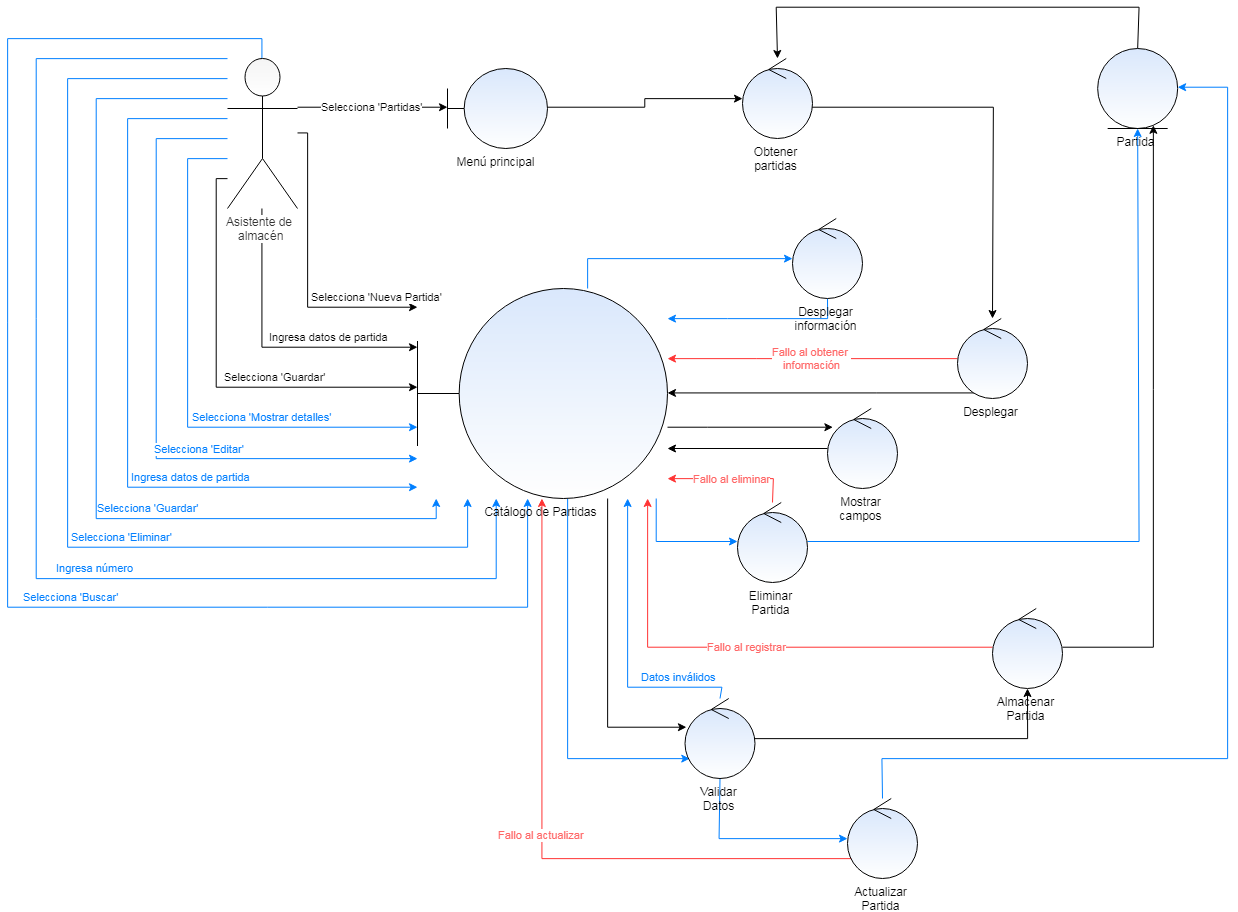
The draw.io diagram documentacion/Diagramas de robustez/CU-07.png in ipe-ver/sipever, before a commit. Source tidied: cells renumbered, new cells last; positions are measured from the earlier drawing's top-left corner, leaving out a move shared by most shapes.
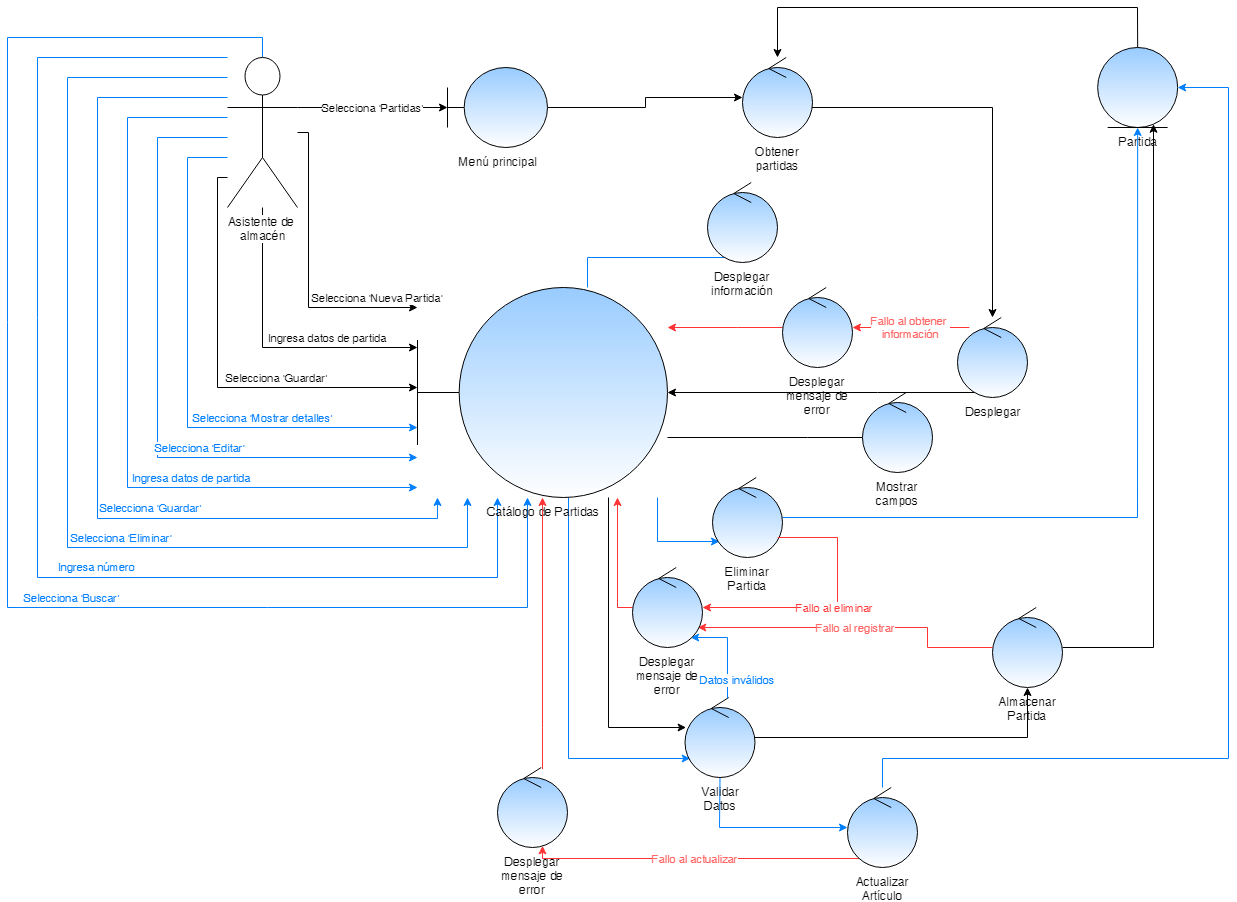
After the commit.

What changed in the source:
```diff
@@ -96,13 +96,13 @@
         </Array>
       </mxGeometry>
     </mxCell>
-    <mxCell id="13" value="Asistente de&amp;nbsp;&lt;br&gt;almacén" style="shape=umlActor;verticalLabelPosition=bottom;labelBackgroundColor=#ffffff;verticalAlign=top;html=1;outlineConnect=0;fillColor=#f5f5f5;strokeColor=#000000;fontColor=#333333;gradientColor=#ffffff;" parent="1" vertex="1">
+    <mxCell id="13" value="Asistente de&amp;nbsp;&lt;br&gt;almacén" style="shape=umlActor;verticalLabelPosition=bottom;labelBackgroundColor=#ffffff;verticalAlign=top;html=1;outlineConnect=0;" parent="1" vertex="1">
       <mxGeometry x="220" y="50" width="70" height="150" as="geometry" />
     </mxCell>
     <mxCell id="14" style="edgeStyle=orthogonalEdgeStyle;rounded=0;jettySize=auto;html=1;" parent="1" edge="1" source="15" target="37">
       <mxGeometry relative="1" as="geometry" />
     </mxCell>
-    <mxCell id="15" value="Menú principal" style="shape=umlBoundary;whiteSpace=wrap;html=1;fillColor=#dae8fc;strokeColor=#000000;labelPosition=center;verticalLabelPosition=bottom;align=center;verticalAlign=top;gradientColor=#ffffff;" parent="1" vertex="1">
+    <mxCell id="15" value="Menú principal" style="shape=umlBoundary;whiteSpace=wrap;html=1;fillColor=#99CCFF;strokeColor=#000000;labelPosition=center;verticalLabelPosition=bottom;align=center;verticalAlign=top;gradientColor=#ffffff;" parent="1" vertex="1">
       <mxGeometry x="440" y="60" width="100" height="80" as="geometry" />
     </mxCell>
     <mxCell id="16" style="edgeStyle=orthogonalEdgeStyle;rounded=0;jettySize=auto;html=1;" parent="1" edge="1" source="37" target="19">
@@ -120,22 +120,14 @@
         </Array>
       </mxGeometry>
     </mxCell>
-    <mxCell id="18" value="Fallo al obtener&amp;nbsp;&lt;br&gt;información" style="edgeStyle=orthogonalEdgeStyle;rounded=0;jettySize=auto;html=1;strokeColor=#FF3333;fontColor=#FF6666;" parent="1" edge="1" source="19" target="25">
-      <mxGeometry relative="1" as="geometry">
-        <Array as="points">
-          <mxPoint x="750" y="351" />
-          <mxPoint x="750" y="351" />
-        </Array>
-      </mxGeometry>
-    </mxCell>
-    <mxCell id="19" value="Desplegar" style="ellipse;shape=umlControl;whiteSpace=wrap;html=1;fillColor=#dae8fc;strokeColor=#000000;labelPosition=center;verticalLabelPosition=bottom;align=center;verticalAlign=top;gradientColor=#ffffff;" parent="1" vertex="1">
+    <mxCell id="19" value="Desplegar" style="ellipse;shape=umlControl;whiteSpace=wrap;html=1;fillColor=#99CCFF;strokeColor=#000000;labelPosition=center;verticalLabelPosition=bottom;align=center;verticalAlign=top;gradientColor=#ffffff;" parent="1" vertex="1">
       <mxGeometry x="950" y="310" width="70" height="80" as="geometry" />
     </mxCell>
-    <mxCell id="20" style="edgeStyle=orthogonalEdgeStyle;rounded=0;jettySize=auto;html=1;" parent="1" edge="1" source="25" target="27">
+    <mxCell id="20" style="edgeStyle=orthogonalEdgeStyle;rounded=0;jettySize=auto;html=1;endArrow=none;endFill=0;" parent="1" edge="1" source="25" target="27">
       <mxGeometry relative="1" as="geometry">
         <Array as="points">
-          <mxPoint x="700" y="420" />
-          <mxPoint x="700" y="420" />
+          <mxPoint x="800" y="430" />
+          <mxPoint x="800" y="430" />
         </Array>
       </mxGeometry>
     </mxCell>
@@ -146,7 +138,7 @@
         </Array>
       </mxGeometry>
     </mxCell>
-    <mxCell id="22" style="edgeStyle=orthogonalEdgeStyle;rounded=0;jettySize=auto;html=1;fillColor=#dae8fc;strokeColor=#007FFF;" parent="1" edge="1" source="25" target="39">
+    <mxCell id="22" style="edgeStyle=orthogonalEdgeStyle;rounded=0;jettySize=auto;html=1;fillColor=#dae8fc;strokeColor=#007FFF;endArrow=none;endFill=0;" parent="1" edge="1" source="25" target="39">
       <mxGeometry y="10" relative="1" as="geometry">
         <Array as="points">
           <mxPoint x="580" y="250" />
@@ -167,38 +159,23 @@
         </Array>
       </mxGeometry>
     </mxCell>
-    <mxCell id="25" value="Catálogo de Partidas" style="shape=umlBoundary;whiteSpace=wrap;html=1;fillColor=#dae8fc;strokeColor=#000000;labelPosition=center;verticalLabelPosition=bottom;align=center;verticalAlign=top;gradientColor=#ffffff;" parent="1" vertex="1">
+    <mxCell id="25" value="Catálogo de Partidas" style="shape=umlBoundary;whiteSpace=wrap;html=1;fillColor=#99CCFF;strokeColor=#000000;labelPosition=center;verticalLabelPosition=bottom;align=center;verticalAlign=top;gradientColor=#ffffff;" parent="1" vertex="1">
       <mxGeometry x="410" y="280" width="250" height="210" as="geometry" />
     </mxCell>
-    <mxCell id="26" style="edgeStyle=orthogonalEdgeStyle;rounded=0;jettySize=auto;html=1;" parent="1" edge="1" source="27" target="25">
-      <mxGeometry relative="1" as="geometry">
-        <Array as="points">
-          <mxPoint x="590" y="430" />
-        </Array>
-      </mxGeometry>
-    </mxCell>
-    <mxCell id="27" value="Mostrar campos" style="ellipse;shape=umlControl;whiteSpace=wrap;html=1;fillColor=#dae8fc;strokeColor=#000000;labelPosition=center;verticalLabelPosition=bottom;align=center;verticalAlign=top;gradientColor=#ffffff;" parent="1" vertex="1">
-      <mxGeometry x="820" y="400" width="70" height="80" as="geometry" />
+    <mxCell id="27" value="Mostrar campos" style="ellipse;shape=umlControl;whiteSpace=wrap;html=1;fillColor=#99CCFF;strokeColor=#000000;labelPosition=center;verticalLabelPosition=bottom;align=center;verticalAlign=top;gradientColor=#ffffff;" parent="1" vertex="1">
+      <mxGeometry x="855" y="385" width="70" height="80" as="geometry" />
     </mxCell>
     <mxCell id="28" style="edgeStyle=orthogonalEdgeStyle;rounded=0;jettySize=auto;html=1;" parent="1" edge="1" source="31" target="34">
       <mxGeometry relative="1" as="geometry" />
     </mxCell>
-    <mxCell id="29" style="edgeStyle=orthogonalEdgeStyle;rounded=0;jettySize=auto;html=1;strokeColor=#007FFF;" parent="1" edge="1" source="31" target="42">
+    <mxCell id="29" style="edgeStyle=orthogonalEdgeStyle;rounded=0;jettySize=auto;html=1;strokeColor=#007FFF;" parent="1" edge="1" source="31" target="46">
       <mxGeometry relative="1" as="geometry">
         <Array as="points">
-          <mxPoint x="712" y="760" />
+          <mxPoint x="712" y="820" />
         </Array>
       </mxGeometry>
     </mxCell>
-    <mxCell id="30" value="&lt;font color=&quot;#007fff&quot;&gt;Datos inválidos&lt;/font&gt;" style="edgeStyle=orthogonalEdgeStyle;rounded=0;jettySize=auto;html=1;strokeColor=#007FFF;" parent="1" edge="1" source="31" target="25">
-      <mxGeometry x="-0.63" y="-10" relative="1" as="geometry">
-        <Array as="points">
-          <mxPoint x="714" y="680" />
-          <mxPoint x="621" y="680" />
-        </Array>
-      </mxGeometry>
-    </mxCell>
-    <mxCell id="31" value="Validar Datos" style="ellipse;shape=umlControl;whiteSpace=wrap;html=1;fillColor=#dae8fc;strokeColor=#000000;labelPosition=center;verticalLabelPosition=bottom;align=center;verticalAlign=top;gradientColor=#ffffff;" parent="1" vertex="1">
+    <mxCell id="31" value="Validar Datos" style="ellipse;shape=umlControl;whiteSpace=wrap;html=1;fillColor=#99CCFF;strokeColor=#000000;labelPosition=center;verticalLabelPosition=bottom;align=center;verticalAlign=top;gradientColor=#ffffff;" parent="1" vertex="1">
       <mxGeometry x="677.5" y="690" width="70" height="80" as="geometry" />
     </mxCell>
     <mxCell id="32" style="edgeStyle=orthogonalEdgeStyle;rounded=0;jettySize=auto;html=1;" parent="1" edge="1" source="34" target="36">
@@ -208,14 +185,7 @@
         </Array>
       </mxGeometry>
     </mxCell>
-    <mxCell id="33" value="Fallo al registrar" style="edgeStyle=orthogonalEdgeStyle;rounded=0;jettySize=auto;html=1;strokeColor=#FF3333;fontColor=#FF6666;" parent="1" edge="1" source="34" target="25">
-      <mxGeometry relative="1" as="geometry">
-        <Array as="points">
-          <mxPoint x="641" y="640" />
-        </Array>
-      </mxGeometry>
-    </mxCell>
-    <mxCell id="34" value="Almacenar Partida" style="ellipse;shape=umlControl;whiteSpace=wrap;html=1;fillColor=#dae8fc;strokeColor=#000000;labelPosition=center;verticalLabelPosition=bottom;align=center;verticalAlign=top;gradientColor=#ffffff;" parent="1" vertex="1">
+    <mxCell id="34" value="Almacenar Partida" style="ellipse;shape=umlControl;whiteSpace=wrap;html=1;fillColor=#99CCFF;strokeColor=#000000;labelPosition=center;verticalLabelPosition=bottom;align=center;verticalAlign=top;gradientColor=#ffffff;" parent="1" vertex="1">
       <mxGeometry x="985" y="600" width="70" height="80" as="geometry" />
     </mxCell>
     <mxCell id="35" style="edgeStyle=orthogonalEdgeStyle;rounded=0;jettySize=auto;html=1;" parent="1" edge="1" source="36" target="37">
@@ -225,24 +195,16 @@
         </Array>
       </mxGeometry>
     </mxCell>
-    <mxCell id="36" value="Partida" style="ellipse;shape=umlEntity;whiteSpace=wrap;html=1;fillColor=#dae8fc;strokeColor=#000000;labelPosition=center;verticalLabelPosition=bottom;align=center;verticalAlign=top;gradientColor=#ffffff;" parent="1" vertex="1">
+    <mxCell id="36" value="Partida" style="ellipse;shape=umlEntity;whiteSpace=wrap;html=1;fillColor=#99CCFF;strokeColor=#000000;labelPosition=center;verticalLabelPosition=bottom;align=center;verticalAlign=top;gradientColor=#ffffff;" parent="1" vertex="1">
       <mxGeometry x="1090.2" y="40" width="80" height="80" as="geometry" />
     </mxCell>
-    <mxCell id="37" value="Obtener partidas" style="ellipse;shape=umlControl;whiteSpace=wrap;html=1;fillColor=#dae8fc;strokeColor=#000000;labelPosition=center;verticalLabelPosition=bottom;align=center;verticalAlign=top;gradientColor=#ffffff;" parent="1" vertex="1">
+    <mxCell id="37" value="Obtener partidas" style="ellipse;shape=umlControl;whiteSpace=wrap;html=1;fillColor=#99CCFF;strokeColor=#000000;labelPosition=center;verticalLabelPosition=bottom;align=center;verticalAlign=top;gradientColor=#ffffff;" parent="1" vertex="1">
       <mxGeometry x="735" y="50" width="70" height="80" as="geometry" />
     </mxCell>
-    <mxCell id="38" style="edgeStyle=orthogonalEdgeStyle;rounded=0;jettySize=auto;html=1;fillColor=#dae8fc;strokeColor=#007FFF;" parent="1" edge="1" source="39" target="25">
-      <mxGeometry relative="1" as="geometry">
-        <Array as="points">
-          <mxPoint x="720" y="310" />
-          <mxPoint x="720" y="310" />
-        </Array>
-      </mxGeometry>
-    </mxCell>
-    <mxCell id="39" value="Desplegar información" style="ellipse;shape=umlControl;whiteSpace=wrap;html=1;fillColor=#dae8fc;strokeColor=#000000;labelPosition=center;verticalLabelPosition=bottom;align=center;verticalAlign=top;gradientColor=#ffffff;" parent="1" vertex="1">
-      <mxGeometry x="785" y="210" width="70" height="80" as="geometry" />
+    <mxCell id="39" value="Desplegar información" style="ellipse;shape=umlControl;whiteSpace=wrap;html=1;fillColor=#99CCFF;strokeColor=#000000;labelPosition=center;verticalLabelPosition=bottom;align=center;verticalAlign=top;gradientColor=#ffffff;" parent="1" vertex="1">
+      <mxGeometry x="700" y="175" width="70" height="80" as="geometry" />
     </mxCell>
-    <mxCell id="40" style="edgeStyle=orthogonalEdgeStyle;rounded=0;jettySize=auto;html=1;strokeColor=#007FFF;" parent="1" edge="1" source="42" target="36">
+    <mxCell id="40" style="edgeStyle=orthogonalEdgeStyle;rounded=0;jettySize=auto;html=1;strokeColor=#007FFF;" parent="1" edge="1" source="46" target="36">
       <mxGeometry relative="1" as="geometry">
         <Array as="points">
           <mxPoint x="875" y="751" />
@@ -251,28 +213,86 @@
         </Array>
       </mxGeometry>
     </mxCell>
+    <mxCell id="43" style="edgeStyle=orthogonalEdgeStyle;rounded=0;jettySize=auto;html=1;strokeColor=#007FFF;" parent="1" edge="1" source="45" target="36">
+      <mxGeometry relative="1" as="geometry" />
+    </mxCell>
+    <mxCell id="45" value="Eliminar Partida" style="ellipse;shape=umlControl;whiteSpace=wrap;html=1;fillColor=#99CCFF;strokeColor=#000000;labelPosition=center;verticalLabelPosition=bottom;align=center;verticalAlign=top;gradientColor=#ffffff;" parent="1" vertex="1">
+      <mxGeometry x="705" y="470" width="70" height="80" as="geometry" />
+    </mxCell>
-    <mxCell id="41" value="Fallo al actualizar" style="edgeStyle=orthogonalEdgeStyle;rounded=0;jettySize=auto;html=1;strokeColor=#FF3333;fontColor=#FF6666;" parent="1" edge="1" source="42" target="25">
+    <mxCell id="41" value="Fallo al actualizar" style="edgeStyle=orthogonalEdgeStyle;rounded=0;jettySize=auto;html=1;strokeColor=#FF3333;fontColor=#FF6666;" parent="1" edge="1" source="46" target="48">
       <mxGeometry relative="1" as="geometry">
         <Array as="points">
           <mxPoint x="535" y="851" />
+          <mxPoint x="535" y="790" />
         </Array>
       </mxGeometry>
     </mxCell>
-    <mxCell id="42" value="Actualizar Partida" style="ellipse;shape=umlControl;whiteSpace=wrap;html=1;fillColor=#dae8fc;labelPosition=center;verticalLabelPosition=bottom;align=center;verticalAlign=top;strokeColor=#000000;gradientColor=#ffffff;" parent="1" vertex="1">
-      <mxGeometry x="840" y="790" width="70" height="80" as="geometry" />
-    </mxCell>
-    <mxCell id="43" style="edgeStyle=orthogonalEdgeStyle;rounded=0;jettySize=auto;html=1;strokeColor=#007FFF;" parent="1" edge="1" source="45" target="36">
-      <mxGeometry relative="1" as="geometry" />
-    </mxCell>
+    <mxCell id="46" value="Actualizar Artículo" style="ellipse;shape=umlControl;whiteSpace=wrap;html=1;fillColor=#99CCFF;labelPosition=center;verticalLabelPosition=bottom;align=center;verticalAlign=top;strokeColor=#000000;gradientColor=#ffffff;" parent="1" vertex="1">
+      <mxGeometry x="840" y="780" width="70" height="80" as="geometry" />
+    </mxCell>
+    <mxCell id="47" style="edgeStyle=orthogonalEdgeStyle;rounded=0;jettySize=auto;html=1;endArrow=classic;endFill=1;strokeColor=#FF3333;" parent="1" edge="1" source="48" target="25">
+      <mxGeometry relative="1" as="geometry">
+        <Array as="points">
+          <mxPoint x="535" y="720" />
+          <mxPoint x="535" y="720" />
+        </Array>
+      </mxGeometry>
+    </mxCell>
+    <mxCell id="48" value="Desplegar mensaje de error" style="ellipse;shape=umlControl;whiteSpace=wrap;html=1;strokeColor=#000000;fillColor=#99CCFF;gradientColor=#ffffff;labelPosition=center;verticalLabelPosition=bottom;align=center;verticalAlign=top;" parent="1" vertex="1">
+      <mxGeometry x="490" y="760" width="70" height="80" as="geometry" />
+    </mxCell>
+    <mxCell id="30" value="&lt;font color=&quot;#007fff&quot;&gt;Datos inválidos&lt;/font&gt;" style="edgeStyle=orthogonalEdgeStyle;rounded=0;jettySize=auto;html=1;strokeColor=#007FFF;" parent="1" edge="1" source="31" target="50">
+      <mxGeometry x="-0.63" y="-10" relative="1" as="geometry">
+        <Array as="points">
+          <mxPoint x="720" y="630" />
+        </Array>
+      </mxGeometry>
+    </mxCell>
+    <mxCell id="33" value="Fallo al registrar" style="edgeStyle=orthogonalEdgeStyle;rounded=0;jettySize=auto;html=1;strokeColor=#FF3333;fontColor=#FF6666;" parent="1" edge="1" source="34" target="50">
+      <mxGeometry relative="1" as="geometry">
+        <Array as="points">
+          <mxPoint x="920" y="640" />
+          <mxPoint x="920" y="620" />
+        </Array>
+      </mxGeometry>
+    </mxCell>
-    <mxCell id="44" value="Fallo al eliminar" style="edgeStyle=orthogonalEdgeStyle;rounded=0;jettySize=auto;html=1;strokeColor=#FF3333;fontColor=#FF6666;" parent="1" edge="1" source="45" target="25">
+    <mxCell id="44" value="&lt;font color=&quot;#ff3333&quot;&gt;Fallo al eliminar&lt;/font&gt;" style="edgeStyle=orthogonalEdgeStyle;rounded=0;jettySize=auto;html=1;strokeColor=#FF3333;" parent="1" edge="1" source="45" target="50">
       <mxGeometry relative="1" as="geometry">
         <Array as="points">
-          <mxPoint x="765" y="471" />
+          <mxPoint x="830" y="530" />
+          <mxPoint x="830" y="600" />
         </Array>
       </mxGeometry>
     </mxCell>
-    <mxCell id="45" value="Eliminar Partida" style="ellipse;shape=umlControl;whiteSpace=wrap;html=1;fillColor=#dae8fc;strokeColor=#000000;labelPosition=center;verticalLabelPosition=bottom;align=center;verticalAlign=top;gradientColor=#ffffff;" parent="1" vertex="1">
-      <mxGeometry x="730" y="494" width="70" height="80" as="geometry" />
-    </mxCell>
+    <mxCell id="49" style="edgeStyle=orthogonalEdgeStyle;rounded=0;jettySize=auto;html=1;strokeColor=#FF3333;" parent="1" edge="1" source="50">
+      <mxGeometry relative="1" as="geometry">
+        <mxPoint x="610" y="490" as="targetPoint" />
+        <Array as="points">
+          <mxPoint x="610" y="600" />
+        </Array>
+      </mxGeometry>
+    </mxCell>
+    <mxCell id="50" value="Desplegar mensaje de error" style="ellipse;shape=umlControl;whiteSpace=wrap;html=1;strokeColor=#000000;fillColor=#99CCFF;gradientColor=#ffffff;labelPosition=center;verticalLabelPosition=bottom;align=center;verticalAlign=top;" parent="1" vertex="1">
+      <mxGeometry x="625" y="560" width="70" height="80" as="geometry" />
+    </mxCell>
+    <mxCell id="51" style="edgeStyle=orthogonalEdgeStyle;rounded=0;jettySize=auto;html=1;endArrow=classic;endFill=1;strokeColor=#FF3333;" parent="1" edge="1" source="52" target="25">
+      <mxGeometry relative="1" as="geometry">
+        <Array as="points">
+          <mxPoint x="730" y="320" />
+          <mxPoint x="730" y="320" />
+        </Array>
+      </mxGeometry>
+    </mxCell>
+    <mxCell id="52" value="Desplegar mensaje de error" style="ellipse;shape=umlControl;whiteSpace=wrap;html=1;strokeColor=#000000;fillColor=#99CCFF;gradientColor=#ffffff;labelPosition=center;verticalLabelPosition=bottom;align=center;verticalAlign=top;" parent="1" vertex="1">
+      <mxGeometry x="775" y="280" width="70" height="80" as="geometry" />
+    </mxCell>
+    <mxCell id="18" value="Fallo al obtener&amp;nbsp;&lt;br&gt;información" style="edgeStyle=orthogonalEdgeStyle;rounded=0;jettySize=auto;html=1;strokeColor=#FF3333;fontColor=#FF6666;" parent="1" edge="1" source="19" target="52">
+      <mxGeometry relative="1" as="geometry">
+        <Array as="points">
+          <mxPoint x="930" y="320" />
+          <mxPoint x="930" y="320" />
+        </Array>
+      </mxGeometry>
+    </mxCell>
   </root>
 </mxGraphModel>
```
